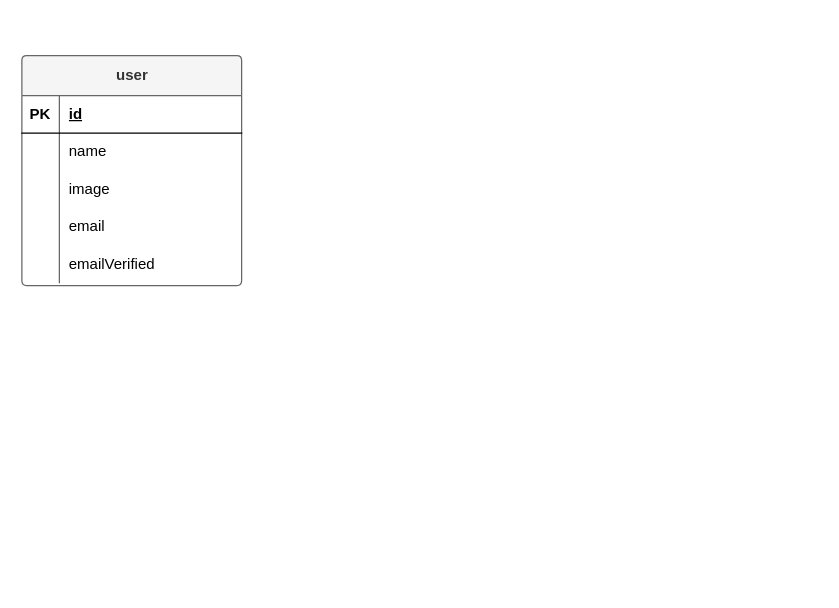
Above: Menata-Hati-App.drawio in yogiprsetya/app.diagrams.net (draw.io), before the change. Source tidied: cells renumbered, new cells numbered last; positions are measured from the earlier drawing's top-left corner, leaving out a move shared by most shapes. Both pictures are drawn from the tidied source at 125%, with x=0, y=0 at pixel (21, 55).
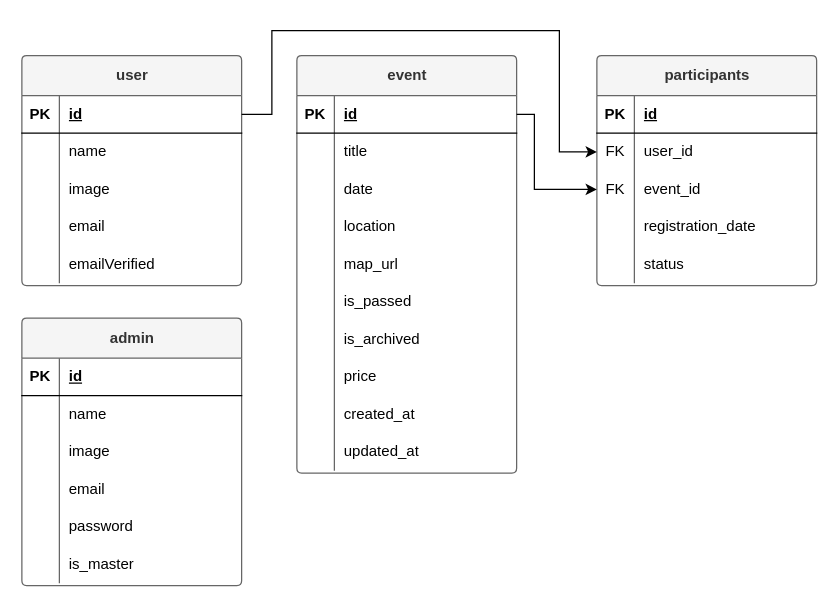
Above is the later version.

Unchanged cells that the change refers to:
```xml
<mxCell id="3" style="shape=tableRow;horizontal=0;startSize=0;swimlaneHead=0;swimlaneBody=0;fillColor=none;points=[[0,0.5],[1,0.5]];portConstraint=eastwest;top=0;left=0;right=0;bottom=1;" parent="2" vertex="1">
  <mxGeometry y="32" width="175.8" height="30" as="geometry" />
</mxCell>
```

Diff of the diagram source:
```diff
@@
+    <mxCell id="18" value="&lt;div&gt;event&lt;/div&gt;" style="shape=table;startSize=32;childLayout=tableLayout;rowLines=0;fontStyle=1;align=center;html=1;rounded=1;fillColor=#f5f5f5;fontColor=#333333;strokeColor=#666666;arcSize=4;" parent="1" vertex="1">
+      <mxGeometry x="220" width="175.8" height="334" as="geometry" />
+    </mxCell>
+    <mxCell id="19" style="shape=tableRow;horizontal=0;startSize=0;swimlaneHead=0;swimlaneBody=0;fillColor=none;points=[[0,0.5],[1,0.5]];portConstraint=eastwest;top=0;left=0;right=0;bottom=1;" parent="18" vertex="1">
+      <mxGeometry y="32" width="175.8" height="30" as="geometry" />
+    </mxCell>
+    <mxCell id="20" value="PK" style="shape=partialRectangle;fillColor=none;top=0;left=0;bottom=0;right=0;fontStyle=1;overflow=hidden;whiteSpace=wrap;html=1;" parent="19" vertex="1">
+      <mxGeometry width="30" height="30" as="geometry" />
+    </mxCell>
+    <mxCell id="21" value="id" style="shape=partialRectangle;fillColor=none;top=0;left=0;bottom=0;right=0;align=left;spacingLeft=6;fontStyle=5;overflow=hidden;whiteSpace=wrap;html=1;" parent="19" vertex="1">
+      <mxGeometry x="30" width="145.8" height="30" as="geometry" />
+    </mxCell>
+    <mxCell id="22" style="shape=tableRow;horizontal=0;startSize=0;swimlaneHead=0;swimlaneBody=0;fillColor=none;top=0;left=0;right=0;bottom=0;" parent="18" vertex="1">
+      <mxGeometry y="62" width="175.8" height="30" as="geometry" />
+    </mxCell>
+    <mxCell id="23" style="shape=partialRectangle;fillColor=none;top=0;left=0;bottom=0;right=0;overflow=hidden;whiteSpace=wrap;html=1;" parent="22" vertex="1">
+      <mxGeometry width="30" height="30" as="geometry" />
+    </mxCell>
+    <mxCell id="24" value="title" style="shape=partialRectangle;fillColor=none;top=0;left=0;bottom=0;right=0;align=left;spacingLeft=6;overflow=hidden;whiteSpace=wrap;html=1;" parent="22" vertex="1">
+      <mxGeometry x="30" width="145.8" height="30" as="geometry" />
+    </mxCell>
+    <mxCell id="25" style="shape=tableRow;horizontal=0;startSize=0;swimlaneHead=0;swimlaneBody=0;fillColor=none;top=0;left=0;right=0;bottom=0;" parent="18" vertex="1">
+      <mxGeometry y="92" width="175.8" height="30" as="geometry" />
+    </mxCell>
+    <mxCell id="26" style="shape=partialRectangle;fillColor=none;top=0;left=0;bottom=0;right=0;overflow=hidden;whiteSpace=wrap;html=1;" parent="25" vertex="1">
+      <mxGeometry width="30" height="30" as="geometry" />
+    </mxCell>
+    <mxCell id="27" value="date" style="shape=partialRectangle;fillColor=none;top=0;left=0;bottom=0;right=0;align=left;spacingLeft=6;overflow=hidden;whiteSpace=wrap;html=1;" parent="25" vertex="1">
+      <mxGeometry x="30" width="145.8" height="30" as="geometry" />
+    </mxCell>
+    <mxCell id="28" style="shape=tableRow;horizontal=0;startSize=0;swimlaneHead=0;swimlaneBody=0;fillColor=none;top=0;left=0;right=0;bottom=0;" parent="18" vertex="1">
+      <mxGeometry y="122" width="175.8" height="30" as="geometry" />
+    </mxCell>
+    <mxCell id="29" style="shape=partialRectangle;fillColor=none;top=0;left=0;bottom=0;right=0;overflow=hidden;whiteSpace=wrap;html=1;" parent="28" vertex="1">
+      <mxGeometry width="30" height="30" as="geometry" />
+    </mxCell>
+    <mxCell id="30" value="location" style="shape=partialRectangle;fillColor=none;top=0;left=0;bottom=0;right=0;align=left;spacingLeft=6;overflow=hidden;whiteSpace=wrap;html=1;" parent="28" vertex="1">
+      <mxGeometry x="30" width="145.8" height="30" as="geometry" />
+    </mxCell>
+    <mxCell id="31" style="shape=tableRow;horizontal=0;startSize=0;swimlaneHead=0;swimlaneBody=0;fillColor=none;top=0;left=0;right=0;bottom=0;" parent="18" vertex="1">
+      <mxGeometry y="152" width="175.8" height="30" as="geometry" />
+    </mxCell>
+    <mxCell id="32" style="shape=partialRectangle;fillColor=none;top=0;left=0;bottom=0;right=0;overflow=hidden;whiteSpace=wrap;html=1;" parent="31" vertex="1">
+      <mxGeometry width="30" height="30" as="geometry" />
+    </mxCell>
+    <mxCell id="33" value="map_url" style="shape=partialRectangle;fillColor=none;top=0;left=0;bottom=0;right=0;align=left;spacingLeft=6;overflow=hidden;whiteSpace=wrap;html=1;" parent="31" vertex="1">
+      <mxGeometry x="30" width="145.8" height="30" as="geometry" />
+    </mxCell>
+    <mxCell id="34" style="shape=tableRow;horizontal=0;startSize=0;swimlaneHead=0;swimlaneBody=0;fillColor=none;top=0;left=0;right=0;bottom=0;" parent="18" vertex="1">
+      <mxGeometry y="182" width="175.8" height="30" as="geometry" />
+    </mxCell>
+    <mxCell id="35" style="shape=partialRectangle;fillColor=none;top=0;left=0;bottom=0;right=0;overflow=hidden;whiteSpace=wrap;html=1;" parent="34" vertex="1">
+      <mxGeometry width="30" height="30" as="geometry" />
+    </mxCell>
+    <mxCell id="36" value="is_passed" style="shape=partialRectangle;fillColor=none;top=0;left=0;bottom=0;right=0;align=left;spacingLeft=6;overflow=hidden;whiteSpace=wrap;html=1;" parent="34" vertex="1">
+      <mxGeometry x="30" width="145.8" height="30" as="geometry" />
+    </mxCell>
+    <mxCell id="37" style="shape=tableRow;horizontal=0;startSize=0;swimlaneHead=0;swimlaneBody=0;fillColor=none;top=0;left=0;right=0;bottom=0;" parent="18" vertex="1">
+      <mxGeometry y="212" width="175.8" height="30" as="geometry" />
+    </mxCell>
+    <mxCell id="38" style="shape=partialRectangle;fillColor=none;top=0;left=0;bottom=0;right=0;overflow=hidden;whiteSpace=wrap;html=1;" parent="37" vertex="1">
+      <mxGeometry width="30" height="30" as="geometry" />
+    </mxCell>
+    <mxCell id="39" value="is_archived" style="shape=partialRectangle;fillColor=none;top=0;left=0;bottom=0;right=0;align=left;spacingLeft=6;overflow=hidden;whiteSpace=wrap;html=1;" parent="37" vertex="1">
+      <mxGeometry x="30" width="145.8" height="30" as="geometry" />
+    </mxCell>
+    <mxCell id="40" style="shape=tableRow;horizontal=0;startSize=0;swimlaneHead=0;swimlaneBody=0;fillColor=none;top=0;left=0;right=0;bottom=0;" parent="18" vertex="1">
+      <mxGeometry y="242" width="175.8" height="30" as="geometry" />
+    </mxCell>
+    <mxCell id="41" style="shape=partialRectangle;fillColor=none;top=0;left=0;bottom=0;right=0;overflow=hidden;whiteSpace=wrap;html=1;" parent="40" vertex="1">
+      <mxGeometry width="30" height="30" as="geometry" />
+    </mxCell>
+    <mxCell id="42" value="price" style="shape=partialRectangle;fillColor=none;top=0;left=0;bottom=0;right=0;align=left;spacingLeft=6;overflow=hidden;whiteSpace=wrap;html=1;" parent="40" vertex="1">
+      <mxGeometry x="30" width="145.8" height="30" as="geometry" />
+    </mxCell>
+    <mxCell id="43" style="shape=tableRow;horizontal=0;startSize=0;swimlaneHead=0;swimlaneBody=0;fillColor=none;top=0;left=0;right=0;bottom=0;" parent="18" vertex="1">
+      <mxGeometry y="272" width="175.8" height="30" as="geometry" />
+    </mxCell>
+    <mxCell id="44" style="shape=partialRectangle;fillColor=none;top=0;left=0;bottom=0;right=0;overflow=hidden;whiteSpace=wrap;html=1;" parent="43" vertex="1">
+      <mxGeometry width="30" height="30" as="geometry" />
+    </mxCell>
+    <mxCell id="45" value="created_at" style="shape=partialRectangle;fillColor=none;top=0;left=0;bottom=0;right=0;align=left;spacingLeft=6;overflow=hidden;whiteSpace=wrap;html=1;" parent="43" vertex="1">
+      <mxGeometry x="30" width="145.8" height="30" as="geometry" />
+    </mxCell>
+    <mxCell id="46" style="shape=tableRow;horizontal=0;startSize=0;swimlaneHead=0;swimlaneBody=0;fillColor=none;top=0;left=0;right=0;bottom=0;" parent="18" vertex="1">
+      <mxGeometry y="302" width="175.8" height="30" as="geometry" />
+    </mxCell>
+    <mxCell id="47" style="shape=partialRectangle;fillColor=none;top=0;left=0;bottom=0;right=0;overflow=hidden;whiteSpace=wrap;html=1;" parent="46" vertex="1">
+      <mxGeometry width="30" height="30" as="geometry" />
+    </mxCell>
+    <mxCell id="48" value="updated_at" style="shape=partialRectangle;fillColor=none;top=0;left=0;bottom=0;right=0;align=left;spacingLeft=6;overflow=hidden;whiteSpace=wrap;html=1;" parent="46" vertex="1">
+      <mxGeometry x="30" width="145.8" height="30" as="geometry" />
+    </mxCell>
+    <mxCell id="49" value="participants" style="shape=table;startSize=32;childLayout=tableLayout;rowLines=0;fontStyle=1;align=center;html=1;rounded=1;fillColor=#f5f5f5;fontColor=#333333;strokeColor=#666666;arcSize=4;" parent="1" vertex="1">
+      <mxGeometry x="460" width="175.8" height="184" as="geometry" />
+    </mxCell>
+    <mxCell id="50" style="shape=tableRow;horizontal=0;startSize=0;swimlaneHead=0;swimlaneBody=0;fillColor=none;top=0;left=0;right=0;bottom=1;" parent="49" vertex="1">
+      <mxGeometry y="32" width="175.8" height="30" as="geometry" />
+    </mxCell>
+    <mxCell id="51" value="PK" style="shape=partialRectangle;fillColor=none;top=0;left=0;bottom=0;right=0;fontStyle=1;overflow=hidden;whiteSpace=wrap;html=1;" parent="50" vertex="1">
+      <mxGeometry width="30" height="30" as="geometry" />
+    </mxCell>
+    <mxCell id="52" value="id" style="shape=partialRectangle;fillColor=none;top=0;left=0;bottom=0;right=0;align=left;spacingLeft=6;fontStyle=5;overflow=hidden;whiteSpace=wrap;html=1;" parent="50" vertex="1">
+      <mxGeometry x="30" width="145.8" height="30" as="geometry" />
+    </mxCell>
+    <mxCell id="53" style="shape=tableRow;horizontal=0;startSize=0;swimlaneHead=0;swimlaneBody=0;fillColor=none;points=[[0,0.5],[1,0.5]];portConstraint=eastwest;top=0;left=0;right=0;bottom=0;" parent="49" vertex="1">
+      <mxGeometry y="62" width="175.8" height="30" as="geometry" />
+    </mxCell>
+    <mxCell id="54" value="FK" style="shape=partialRectangle;fillColor=none;top=0;left=0;bottom=0;right=0;overflow=hidden;whiteSpace=wrap;html=1;" parent="53" vertex="1">
+      <mxGeometry width="30" height="30" as="geometry" />
+    </mxCell>
+    <mxCell id="55" value="user_id" style="shape=partialRectangle;fillColor=none;top=0;left=0;bottom=0;right=0;align=left;spacingLeft=6;overflow=hidden;whiteSpace=wrap;html=1;" parent="53" vertex="1">
+      <mxGeometry x="30" width="145.8" height="30" as="geometry" />
+    </mxCell>
+    <mxCell id="56" style="shape=tableRow;horizontal=0;startSize=0;swimlaneHead=0;swimlaneBody=0;fillColor=none;points=[[0,0.5],[1,0.5]];portConstraint=eastwest;top=0;left=0;right=0;bottom=0;" parent="49" vertex="1">
+      <mxGeometry y="92" width="175.8" height="30" as="geometry" />
+    </mxCell>
+    <mxCell id="57" value="FK" style="shape=partialRectangle;fillColor=none;top=0;left=0;bottom=0;right=0;overflow=hidden;whiteSpace=wrap;html=1;" parent="56" vertex="1">
+      <mxGeometry width="30" height="30" as="geometry" />
+    </mxCell>
+    <mxCell id="58" value="event_id" style="shape=partialRectangle;fillColor=none;top=0;left=0;bottom=0;right=0;align=left;spacingLeft=6;overflow=hidden;whiteSpace=wrap;html=1;" parent="56" vertex="1">
+      <mxGeometry x="30" width="145.8" height="30" as="geometry" />
+    </mxCell>
+    <mxCell id="59" style="shape=tableRow;horizontal=0;startSize=0;swimlaneHead=0;swimlaneBody=0;fillColor=none;top=0;left=0;right=0;bottom=0;" parent="49" vertex="1">
+      <mxGeometry y="122" width="175.8" height="30" as="geometry" />
+    </mxCell>
+    <mxCell id="60" style="shape=partialRectangle;fillColor=none;top=0;left=0;bottom=0;right=0;overflow=hidden;whiteSpace=wrap;html=1;" parent="59" vertex="1">
+      <mxGeometry width="30" height="30" as="geometry" />
+    </mxCell>
+    <mxCell id="61" value="registration_date &lt;span class=&quot;hljs-type&quot;&gt;&lt;/span&gt;" style="shape=partialRectangle;fillColor=none;top=0;left=0;bottom=0;right=0;align=left;spacingLeft=6;overflow=hidden;whiteSpace=wrap;html=1;" parent="59" vertex="1">
+      <mxGeometry x="30" width="145.8" height="30" as="geometry" />
+    </mxCell>
+    <mxCell id="62" style="shape=tableRow;horizontal=0;startSize=0;swimlaneHead=0;swimlaneBody=0;fillColor=none;top=0;left=0;right=0;bottom=0;" parent="49" vertex="1">
+      <mxGeometry y="152" width="175.8" height="30" as="geometry" />
+    </mxCell>
+    <mxCell id="63" style="shape=partialRectangle;fillColor=none;top=0;left=0;bottom=0;right=0;overflow=hidden;whiteSpace=wrap;html=1;" parent="62" vertex="1">
+      <mxGeometry width="30" height="30" as="geometry" />
+    </mxCell>
+    <mxCell id="64" value="status &lt;span class=&quot;hljs-type&quot;&gt;&lt;/span&gt;" style="shape=partialRectangle;fillColor=none;top=0;left=0;bottom=0;right=0;align=left;spacingLeft=6;overflow=hidden;whiteSpace=wrap;html=1;" parent="62" vertex="1">
+      <mxGeometry x="30" width="145.8" height="30" as="geometry" />
+    </mxCell>
+    <mxCell id="65" style="edgeStyle=orthogonalEdgeStyle;rounded=0;jettySize=auto;html=1;exitX=1;exitY=0.5;exitDx=0;exitDy=0;entryX=0;entryY=0.5;entryDx=0;entryDy=0;" parent="1" edge="1" source="3" target="53">
+      <mxGeometry relative="1" as="geometry">
+        <Array as="points">
+          <mxPoint x="200" y="47" />
+          <mxPoint x="200" y="-20" />
+          <mxPoint x="430" y="-20" />
+          <mxPoint x="430" y="77" />
+        </Array>
+      </mxGeometry>
+    </mxCell>
+    <mxCell id="66" style="edgeStyle=orthogonalEdgeStyle;rounded=0;jettySize=auto;html=1;exitX=1;exitY=0.5;exitDx=0;exitDy=0;" parent="1" edge="1" source="19" target="56">
+      <mxGeometry relative="1" as="geometry">
+        <Array as="points">
+          <mxPoint x="410" y="47" />
+          <mxPoint x="410" y="107" />
+        </Array>
+      </mxGeometry>
+    </mxCell>
+    <mxCell id="67" value="admin" style="shape=table;startSize=32;childLayout=tableLayout;rowLines=0;fontStyle=1;align=center;html=1;rounded=1;fillColor=#f5f5f5;fontColor=#333333;strokeColor=#666666;arcSize=4;" parent="1" vertex="1">
+      <mxGeometry y="210" width="175.8" height="214" as="geometry" />
+    </mxCell>
+    <mxCell id="68" style="shape=tableRow;horizontal=0;startSize=0;swimlaneHead=0;swimlaneBody=0;fillColor=none;top=0;left=0;right=0;bottom=1;" parent="67" vertex="1">
+      <mxGeometry y="32" width="175.8" height="30" as="geometry" />
+    </mxCell>
+    <mxCell id="69" value="PK" style="shape=partialRectangle;fillColor=none;top=0;left=0;bottom=0;right=0;fontStyle=1;overflow=hidden;whiteSpace=wrap;html=1;" parent="68" vertex="1">
+      <mxGeometry width="30" height="30" as="geometry" />
+    </mxCell>
+    <mxCell id="70" value="id" style="shape=partialRectangle;fillColor=none;top=0;left=0;bottom=0;right=0;align=left;spacingLeft=6;fontStyle=5;overflow=hidden;whiteSpace=wrap;html=1;" parent="68" vertex="1">
+      <mxGeometry x="30" width="145.8" height="30" as="geometry" />
+    </mxCell>
+    <mxCell id="71" style="shape=tableRow;horizontal=0;startSize=0;swimlaneHead=0;swimlaneBody=0;fillColor=none;top=0;left=0;right=0;bottom=0;" parent="67" vertex="1">
+      <mxGeometry y="62" width="175.8" height="30" as="geometry" />
+    </mxCell>
+    <mxCell id="72" style="shape=partialRectangle;fillColor=none;top=0;left=0;bottom=0;right=0;overflow=hidden;whiteSpace=wrap;html=1;" parent="71" vertex="1">
+      <mxGeometry width="30" height="30" as="geometry" />
+    </mxCell>
+    <mxCell id="73" value="name" style="shape=partialRectangle;fillColor=none;top=0;left=0;bottom=0;right=0;align=left;spacingLeft=6;overflow=hidden;whiteSpace=wrap;html=1;" parent="71" vertex="1">
+      <mxGeometry x="30" width="145.8" height="30" as="geometry" />
+    </mxCell>
+    <mxCell id="74" style="shape=tableRow;horizontal=0;startSize=0;swimlaneHead=0;swimlaneBody=0;fillColor=none;top=0;left=0;right=0;bottom=0;" parent="67" vertex="1">
+      <mxGeometry y="92" width="175.8" height="30" as="geometry" />
+    </mxCell>
+    <mxCell id="75" style="shape=partialRectangle;fillColor=none;top=0;left=0;bottom=0;right=0;overflow=hidden;whiteSpace=wrap;html=1;" parent="74" vertex="1">
+      <mxGeometry width="30" height="30" as="geometry" />
+    </mxCell>
+    <mxCell id="76" value="&lt;div&gt;image&lt;/div&gt;" style="shape=partialRectangle;fillColor=none;top=0;left=0;bottom=0;right=0;align=left;spacingLeft=6;overflow=hidden;whiteSpace=wrap;html=1;" parent="74" vertex="1">
+      <mxGeometry x="30" width="145.8" height="30" as="geometry" />
+    </mxCell>
+    <mxCell id="77" style="shape=tableRow;horizontal=0;startSize=0;swimlaneHead=0;swimlaneBody=0;fillColor=none;top=0;left=0;right=0;bottom=0;" parent="67" vertex="1">
+      <mxGeometry y="122" width="175.8" height="30" as="geometry" />
+    </mxCell>
+    <mxCell id="78" style="shape=partialRectangle;fillColor=none;top=0;left=0;bottom=0;right=0;overflow=hidden;whiteSpace=wrap;html=1;" parent="77" vertex="1">
+      <mxGeometry width="30" height="30" as="geometry" />
+    </mxCell>
+    <mxCell id="79" value="email" style="shape=partialRectangle;fillColor=none;top=0;left=0;bottom=0;right=0;align=left;spacingLeft=6;overflow=hidden;whiteSpace=wrap;html=1;" parent="77" vertex="1">
+      <mxGeometry x="30" width="145.8" height="30" as="geometry" />
+    </mxCell>
+    <mxCell id="80" style="shape=tableRow;horizontal=0;startSize=0;swimlaneHead=0;swimlaneBody=0;fillColor=none;top=0;left=0;right=0;bottom=0;" parent="67" vertex="1">
+      <mxGeometry y="152" width="175.8" height="30" as="geometry" />
+    </mxCell>
+    <mxCell id="81" style="shape=partialRectangle;fillColor=none;top=0;left=0;bottom=0;right=0;overflow=hidden;whiteSpace=wrap;html=1;" parent="80" vertex="1">
+      <mxGeometry width="30" height="30" as="geometry" />
+    </mxCell>
+    <mxCell id="82" value="password" style="shape=partialRectangle;fillColor=none;top=0;left=0;bottom=0;right=0;align=left;spacingLeft=6;overflow=hidden;whiteSpace=wrap;html=1;" parent="80" vertex="1">
+      <mxGeometry x="30" width="145.8" height="30" as="geometry" />
+    </mxCell>
+    <mxCell id="83" style="shape=tableRow;horizontal=0;startSize=0;swimlaneHead=0;swimlaneBody=0;fillColor=none;top=0;left=0;right=0;bottom=0;" parent="67" vertex="1">
+      <mxGeometry y="182" width="175.8" height="30" as="geometry" />
+    </mxCell>
+    <mxCell id="84" style="shape=partialRectangle;fillColor=none;top=0;left=0;bottom=0;right=0;overflow=hidden;whiteSpace=wrap;html=1;" parent="83" vertex="1">
+      <mxGeometry width="30" height="30" as="geometry" />
+    </mxCell>
+    <mxCell id="85" value="is_master" style="shape=partialRectangle;fillColor=none;top=0;left=0;bottom=0;right=0;align=left;spacingLeft=6;overflow=hidden;whiteSpace=wrap;html=1;" parent="83" vertex="1">
+      <mxGeometry x="30" width="145.8" height="30" as="geometry" />
+    </mxCell>
```
